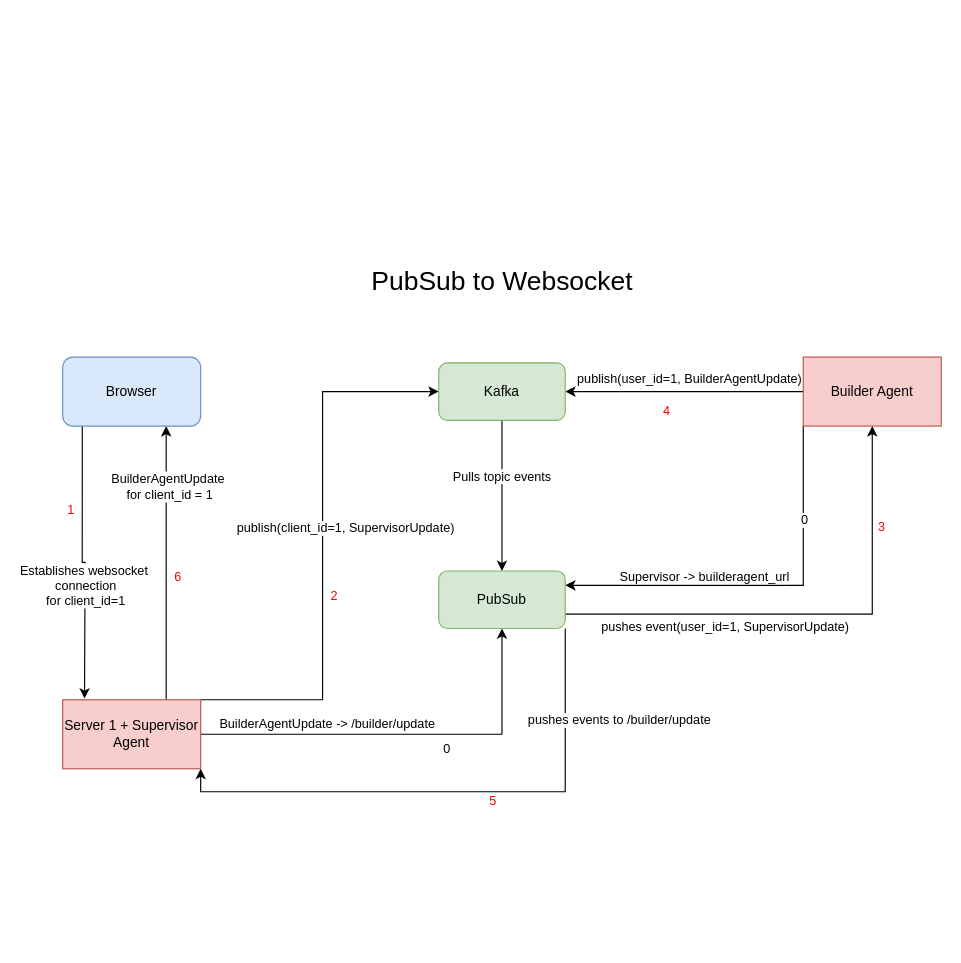
The draw.io diagram images/PubSub Diagram.drawio in mhbrk/disc-site, before the edit. Source tidied: cells renumbered, new cells numbered last; positions are measured from the earlier drawing's top-left corner, leaving out a move shared by most shapes. Both pictures are drawn from the tidied source at 115%, with x=0, y=0 at pixel (62, 258).
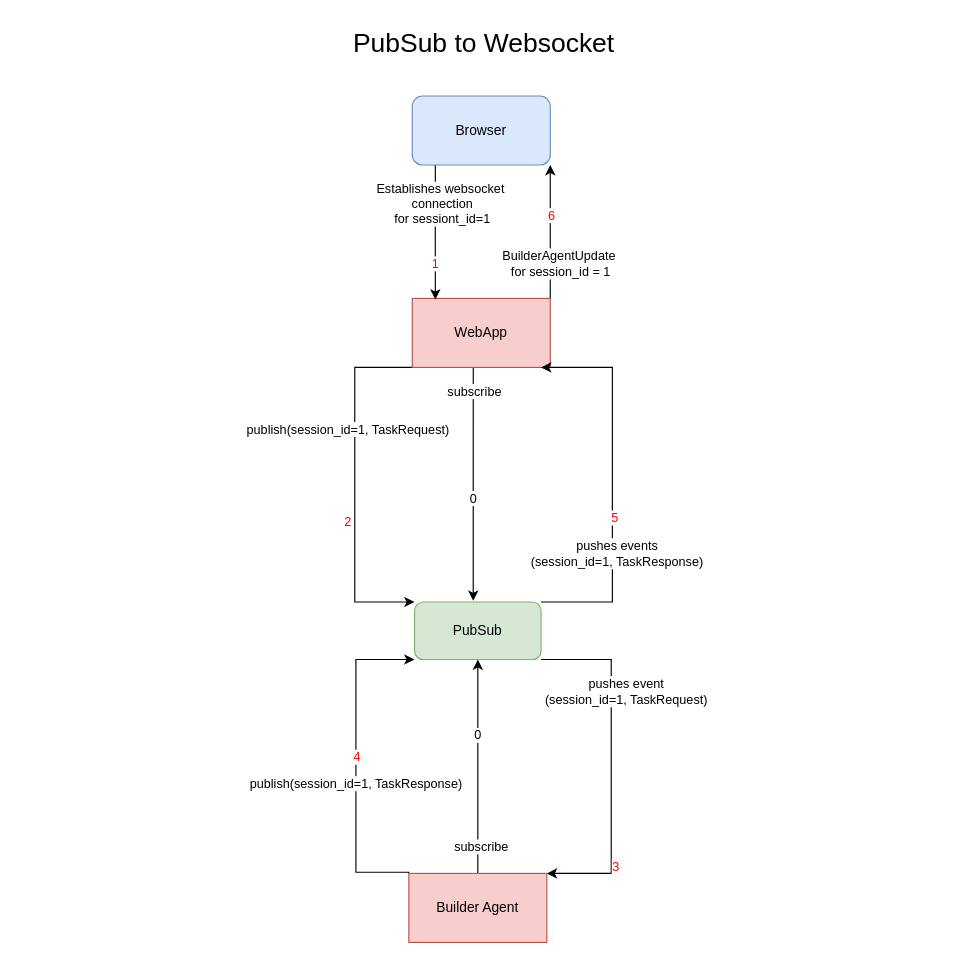
After the change.

Diff of the diagram source:
```diff
@@
-    <mxCell id="2" style="edgeStyle=orthogonalEdgeStyle;rounded=0;jettySize=auto;html=1;entryX=0.5;entryY=1;entryDx=0;entryDy=0;" parent="1" edge="1" source="14" target="29">
-      <mxGeometry relative="1" as="geometry" />
+    <mxCell id="2" style="edgeStyle=orthogonalEdgeStyle;rounded=0;jettySize=auto;html=1;exitX=0.442;exitY=1;exitDx=0;exitDy=0;exitPerimeter=0;" parent="1" edge="1" source="14">
+      <mxGeometry relative="1" as="geometry">
+        <mxPoint x="357" y="298" as="targetPoint" />
+      </mxGeometry>
     </mxCell>
-    <mxCell id="3" value="BuilderAgentUpdate -&amp;gt; /builder/update" style="edgeLabel;html=1;align=center;verticalAlign=middle;" parent="2" vertex="1">
+    <mxCell id="3" value="subscribe" style="edgeLabel;html=1;align=center;verticalAlign=middle;" parent="2" vertex="1">
       <mxGeometry x="-0.26" y="-4" relative="1" as="geometry">
-        <mxPoint x="-22" y="-14" as="offset" />
+        <mxPoint x="4" y="-54" as="offset" />
       </mxGeometry>
     </mxCell>
     <mxCell id="4" value="0" style="edgeLabel;html=1;align=center;verticalAlign=middle;" parent="2" vertex="1">
       <mxGeometry x="0.23" y="-1" relative="1" as="geometry">
-        <mxPoint x="-5" y="11" as="offset" />
+        <mxPoint y="-11" as="offset" />
       </mxGeometry>
     </mxCell>
-    <mxCell id="5" style="edgeStyle=orthogonalEdgeStyle;rounded=0;jettySize=auto;html=1;entryX=0.5;entryY=1;entryDx=0;entryDy=0;exitX=1;exitY=0.75;exitDx=0;exitDy=0;" parent="1" edge="1" source="29" target="25">
-      <mxGeometry relative="1" as="geometry" />
+    <mxCell id="5" style="edgeStyle=orthogonalEdgeStyle;rounded=0;jettySize=auto;html=1;entryX=1;entryY=0;entryDx=0;entryDy=0;exitX=1;exitY=1;exitDx=0;exitDy=0;" parent="1" edge="1" source="29" target="25">
+      <mxGeometry relative="1" as="geometry">
+        <Array as="points">
+          <mxPoint x="477" y="349" />
+          <mxPoint x="477" y="535" />
+        </Array>
+      </mxGeometry>
     </mxCell>
-    <mxCell id="6" value="pushes event(user_id=1, SupervisorUpdate)" style="edgeLabel;html=1;align=center;verticalAlign=middle;" parent="5" vertex="1">
+    <mxCell id="6" value="pushes event&lt;div&gt;(session_id=1, TaskRequest)&lt;/div&gt;" style="edgeLabel;html=1;align=center;verticalAlign=middle;" parent="5" vertex="1">
       <mxGeometry x="-0.26" relative="1" as="geometry">
-        <mxPoint x="-21" y="11" as="offset" />
+        <mxPoint x="12" y="-24" as="offset" />
       </mxGeometry>
     </mxCell>
@@
-    <mxCell id="8" style="edgeStyle=orthogonalEdgeStyle;rounded=0;jettySize=auto;html=1;exitX=0.75;exitY=0;exitDx=0;exitDy=0;entryX=0.75;entryY=1;entryDx=0;entryDy=0;" parent="1" edge="1" source="14" target="18">
+    <mxCell id="8" style="edgeStyle=orthogonalEdgeStyle;rounded=0;jettySize=auto;html=1;exitX=1;exitY=0;exitDx=0;exitDy=0;entryX=1;entryY=1;entryDx=0;entryDy=0;" parent="1" edge="1" source="14" target="18">
       <mxGeometry relative="1" as="geometry" />
     </mxCell>
-    <mxCell id="9" value="BuilderAgentUpdate&amp;nbsp;&lt;div&gt;for client_id = 1&lt;/div&gt;" style="edgeLabel;html=1;align=center;verticalAlign=middle;" parent="8" vertex="1">
+    <mxCell id="9" value="BuilderAgentUpdate&amp;nbsp;&lt;div&gt;for session_id = 1&lt;/div&gt;" style="edgeLabel;html=1;align=center;verticalAlign=middle;" parent="8" vertex="1">
       <mxGeometry x="-0.26" y="-3" relative="1" as="geometry">
-        <mxPoint x="-1" y="-98" as="offset" />
+        <mxPoint x="5" y="12" as="offset" />
       </mxGeometry>
     </mxCell>
     <mxCell id="10" value="6" style="edgeLabel;html=1;align=center;verticalAlign=middle;fontColor=#FF0000;" parent="8" vertex="1">
       <mxGeometry x="-0.36" relative="1" as="geometry">
-        <mxPoint x="9" y="-32" as="offset" />
+        <mxPoint y="-36" as="offset" />
       </mxGeometry>
     </mxCell>
-    <mxCell id="11" style="edgeStyle=orthogonalEdgeStyle;rounded=0;jettySize=auto;html=1;exitX=1;exitY=0;exitDx=0;exitDy=0;entryX=0;entryY=0.5;entryDx=0;entryDy=0;" parent="1" edge="1" source="14" target="32">
-      <mxGeometry relative="1" as="geometry">
-        <Array as="points">
-          <mxPoint x="226" y="384" />
-          <mxPoint x="226" y="116" />
-        </Array>
-      </mxGeometry>
-    </mxCell>
-    <mxCell id="12" value="publish(client_id=1, SupervisorUpdate)" style="edgeLabel;html=1;align=center;verticalAlign=middle;" parent="11" vertex="1">
-      <mxGeometry x="-0.09" y="-1" relative="1" as="geometry">
-        <mxPoint x="18" y="-40" as="offset" />
-      </mxGeometry>
-    </mxCell>
+    <mxCell id="34" style="edgeStyle=orthogonalEdgeStyle;rounded=0;jettySize=auto;html=1;exitX=0;exitY=1;exitDx=0;exitDy=0;entryX=0;entryY=0;entryDx=0;entryDy=0;" parent="1" edge="1" source="14" target="29">
+      <mxGeometry relative="1" as="geometry">
+        <Array as="points">
+          <mxPoint x="254" y="95" />
+          <mxPoint x="254" y="299" />
+        </Array>
+      </mxGeometry>
+    </mxCell>
+    <mxCell id="35" value="publish(session_id=1, TaskRequest)" style="edgeLabel;html=1;align=center;verticalAlign=middle;" parent="34" vertex="1">
+      <mxGeometry x="-0.2" y="-1" relative="1" as="geometry">
+        <mxPoint x="-6" y="-19" as="offset" />
+      </mxGeometry>
+    </mxCell>
-    <mxCell id="13" value="2" style="edgeLabel;html=1;align=center;verticalAlign=middle;fontColor=#FF0000;" parent="11" vertex="1">
-      <mxGeometry x="-0.23" relative="1" as="geometry">
-        <mxPoint x="9" y="-14" as="offset" />
+    <mxCell id="13" value="&lt;span style=&quot;color: rgb(255, 0, 0);&quot;&gt;2&lt;/span&gt;" style="edgeLabel;html=1;align=center;verticalAlign=middle;" parent="34" vertex="1">
+      <mxGeometry x="0.16" y="2" relative="1" as="geometry">
+        <mxPoint x="-9" y="6" as="offset" />
       </mxGeometry>
     </mxCell>
-    <mxCell id="14" value="Server 1 + Supervisor Agent" style="rounded=0;whiteSpace=wrap;html=1;fillColor=#f8cecc;strokeColor=#b85450;" parent="1" vertex="1">
-      <mxGeometry y="384" width="120" height="60" as="geometry" />
+    <mxCell id="14" value="WebApp" style="rounded=0;whiteSpace=wrap;html=1;fillColor=#f8cecc;strokeColor=#b85450;" parent="1" vertex="1">
+      <mxGeometry x="304" y="35" width="120" height="60" as="geometry" />
     </mxCell>
-    <mxCell id="15" style="edgeStyle=orthogonalEdgeStyle;rounded=0;jettySize=auto;html=1;exitX=0.142;exitY=0.983;exitDx=0;exitDy=0;exitPerimeter=0;" parent="1" edge="1" source="18">
+    <mxCell id="15" style="edgeStyle=orthogonalEdgeStyle;rounded=0;jettySize=auto;html=1;exitX=0.167;exitY=0.983;exitDx=0;exitDy=0;exitPerimeter=0;entryX=0.167;entryY=0.017;entryDx=0;entryDy=0;entryPerimeter=0;" parent="1" edge="1" source="18" target="14">
       <mxGeometry relative="1" as="geometry">
-        <mxPoint x="19" y="383" as="targetPoint" />
+        <Array as="points">
+          <mxPoint x="326" y="-50" />
+          <mxPoint x="325" y="-50" />
+        </Array>
       </mxGeometry>
     </mxCell>
-    <mxCell id="16" value="Establishes websocket&amp;nbsp;&lt;div&gt;connection&lt;/div&gt;&lt;div&gt;for client_id=1&lt;/div&gt;" style="edgeLabel;html=1;align=center;verticalAlign=middle;" parent="15" vertex="1">
+    <mxCell id="16" value="Establishes websocket&amp;nbsp;&lt;div&gt;connection&lt;/div&gt;&lt;div&gt;for sessiont_id=1&lt;/div&gt;" style="edgeLabel;html=1;align=center;verticalAlign=middle;" parent="15" vertex="1">
       <mxGeometry x="0.3" y="1" relative="1" as="geometry">
-        <mxPoint x="-1" y="-14" as="offset" />
+        <mxPoint x="4" y="-40" as="offset" />
       </mxGeometry>
     </mxCell>
     <mxCell id="17" value="1" style="edgeLabel;html=1;align=center;verticalAlign=middle;fontColor=#FF0000;" parent="15" vertex="1">
       <mxGeometry x="-0.56" y="2" relative="1" as="geometry">
-        <mxPoint x="-13" y="21" as="offset" />
+        <mxPoint x="-3" y="60" as="offset" />
       </mxGeometry>
     </mxCell>
     <mxCell id="18" value="Browser" style="rounded=1;whiteSpace=wrap;html=1;fillColor=#dae8fc;strokeColor=#6c8ebf;glass=0;" parent="1" vertex="1">
-      <mxGeometry y="86" width="120" height="60" as="geometry" />
+      <mxGeometry x="304" y="-141" width="120" height="60" as="geometry" />
     </mxCell>
-    <mxCell id="19" style="edgeStyle=orthogonalEdgeStyle;rounded=0;jettySize=auto;html=1;" parent="1" edge="1" source="25" target="32">
-      <mxGeometry relative="1" as="geometry" />
+    <mxCell id="19" style="edgeStyle=orthogonalEdgeStyle;rounded=0;jettySize=auto;html=1;entryX=0;entryY=1;entryDx=0;entryDy=0;exitX=0;exitY=0;exitDx=0;exitDy=0;" parent="1" edge="1" source="25" target="29">
+      <mxGeometry relative="1" as="geometry">
+        <Array as="points">
+          <mxPoint x="301" y="534" />
+          <mxPoint x="255" y="534" />
+          <mxPoint x="255" y="349" />
+        </Array>
+      </mxGeometry>
     </mxCell>
-    <mxCell id="20" value="publish(user_id=1, BuilderAgentUpdate)" style="edgeLabel;html=1;align=center;verticalAlign=middle;" parent="19" vertex="1">
+    <mxCell id="20" value="publish(session_id=1, TaskResponse)" style="edgeLabel;html=1;align=center;verticalAlign=middle;" parent="19" vertex="1">
       <mxGeometry x="0.24" y="-3" relative="1" as="geometry">
-        <mxPoint x="28" y="-9" as="offset" />
+        <mxPoint x="-4" y="50" as="offset" />
       </mxGeometry>
     </mxCell>
@@
-    <mxCell id="22" style="edgeStyle=orthogonalEdgeStyle;rounded=0;jettySize=auto;html=1;exitX=0;exitY=1;exitDx=0;exitDy=0;entryX=1;entryY=0.25;entryDx=0;entryDy=0;" parent="1" edge="1" source="25" target="29">
+    <mxCell id="22" style="edgeStyle=orthogonalEdgeStyle;rounded=0;jettySize=auto;html=1;exitX=0.5;exitY=0;exitDx=0;exitDy=0;entryX=0.5;entryY=1;entryDx=0;entryDy=0;" parent="1" edge="1" source="25" target="29">
       <mxGeometry relative="1" as="geometry" />
     </mxCell>
-    <mxCell id="23" value="Supervisor -&amp;gt; builderagent_url" style="edgeLabel;html=1;align=center;verticalAlign=middle;" parent="22" vertex="1">
+    <mxCell id="23" value="subscribe" style="edgeLabel;html=1;align=center;verticalAlign=middle;" parent="22" vertex="1">
       <mxGeometry x="0.41" y="-2" relative="1" as="geometry">
-        <mxPoint x="19" y="-6" as="offset" />
+        <mxPoint y="107" as="offset" />
       </mxGeometry>
     </mxCell>
     <mxCell id="24" value="0" style="edgeLabel;html=1;align=center;verticalAlign=middle;" parent="22" vertex="1">
-      <mxGeometry x="-0.53" relative="1" as="geometry" />
+      <mxGeometry x="-0.53" relative="1" as="geometry">
+        <mxPoint x="-1" y="-77" as="offset" />
+      </mxGeometry>
     </mxCell>
     <mxCell id="25" value="Builder Agent" style="rounded=0;whiteSpace=wrap;html=1;fillColor=#f8cecc;strokeColor=#b85450;" parent="1" vertex="1">
-      <mxGeometry x="644" y="86" width="120" height="60" as="geometry" />
+      <mxGeometry x="301" y="535" width="120" height="60" as="geometry" />
     </mxCell>
+    <mxCell id="29" value="PubSub" style="html=1;whiteSpace=wrap;fillColor=#d5e8d4;strokeColor=#82b366;rounded=1;" parent="1" vertex="1">
+      <mxGeometry x="306" y="299" width="110" height="50" as="geometry" />
+    </mxCell>
+    <mxCell id="33" value="PubSub to Websocket" style="text;html=1;align=center;verticalAlign=middle;whiteSpace=wrap;rounded=0;fontSize=23;" parent="1" vertex="1">
+      <mxGeometry x="220" y="-207" width="293" height="40" as="geometry" />
+    </mxCell>
-    <mxCell id="26" style="edgeStyle=orthogonalEdgeStyle;rounded=0;jettySize=auto;html=1;exitX=1;exitY=1;exitDx=0;exitDy=0;entryX=1;entryY=1;entryDx=0;entryDy=0;" parent="1" edge="1" source="29" target="14">
-      <mxGeometry relative="1" as="geometry" />
+    <mxCell id="26" style="edgeStyle=orthogonalEdgeStyle;rounded=0;jettySize=auto;html=1;exitX=1;exitY=0;exitDx=0;exitDy=0;entryX=0.933;entryY=1;entryDx=0;entryDy=0;entryPerimeter=0;" parent="1" edge="1" source="29" target="14">
+      <mxGeometry relative="1" as="geometry">
+        <Array as="points">
+          <mxPoint x="478" y="299" />
+          <mxPoint x="478" y="95" />
+        </Array>
+      </mxGeometry>
     </mxCell>
-    <mxCell id="27" value="pushes events to /builder/update" style="edgeLabel;html=1;align=center;verticalAlign=middle;" parent="26" vertex="1">
-      <mxGeometry x="-0.41" y="5" relative="1" as="geometry">
-        <mxPoint x="41" y="-62" as="offset" />
-      </mxGeometry>
-    </mxCell>
+    <mxCell id="36" value="pushes events&lt;div&gt;(session_id=1, TaskResponse)&lt;/div&gt;" style="edgeLabel;html=1;align=center;verticalAlign=middle;" parent="26" vertex="1">
+      <mxGeometry x="0.3" y="-1" relative="1" as="geometry">
+        <mxPoint x="2" y="108" as="offset" />
+      </mxGeometry>
+    </mxCell>
-    <mxCell id="28" value="5" style="edgeLabel;html=1;align=center;verticalAlign=middle;fontColor=#FF0000;" parent="26" vertex="1">
-      <mxGeometry x="-0.14" relative="1" as="geometry">
-        <mxPoint y="7" as="offset" />
+    <mxCell id="28" value="&lt;span style=&quot;color: rgb(255, 0, 0);&quot;&gt;5&lt;/span&gt;" style="edgeLabel;html=1;align=center;verticalAlign=middle;" parent="26" vertex="1">
+      <mxGeometry x="0.63" y="-1" relative="1" as="geometry">
+        <mxPoint x="2" y="131" as="offset" />
       </mxGeometry>
     </mxCell>
-    <mxCell id="29" value="PubSub" style="html=1;whiteSpace=wrap;fillColor=#d5e8d4;strokeColor=#82b366;rounded=1;" parent="1" vertex="1">
-      <mxGeometry x="327" y="272" width="110" height="50" as="geometry" />
-    </mxCell>
-    <mxCell id="30" style="edgeStyle=orthogonalEdgeStyle;rounded=0;jettySize=auto;html=1;entryX=0.5;entryY=0;entryDx=0;entryDy=0;" parent="1" edge="1" source="32" target="29">
-      <mxGeometry relative="1" as="geometry" />
-    </mxCell>
-    <mxCell id="31" value="Pulls topic events" style="edgeLabel;html=1;align=center;verticalAlign=middle;" parent="30" vertex="1">
-      <mxGeometry x="-0.27" y="-1" relative="1" as="geometry" />
-    </mxCell>
-    <mxCell id="32" value="Kafka" style="html=1;whiteSpace=wrap;fillColor=#d5e8d4;strokeColor=#82b366;rounded=1;" parent="1" vertex="1">
-      <mxGeometry x="327" y="91" width="110" height="50" as="geometry" />
-    </mxCell>
-    <mxCell id="33" value="PubSub to Websocket" style="text;html=1;align=center;verticalAlign=middle;whiteSpace=wrap;rounded=0;fontSize=23;" parent="1" vertex="1">
-      <mxGeometry x="235.5" width="293" height="40" as="geometry" />
-    </mxCell>
```
